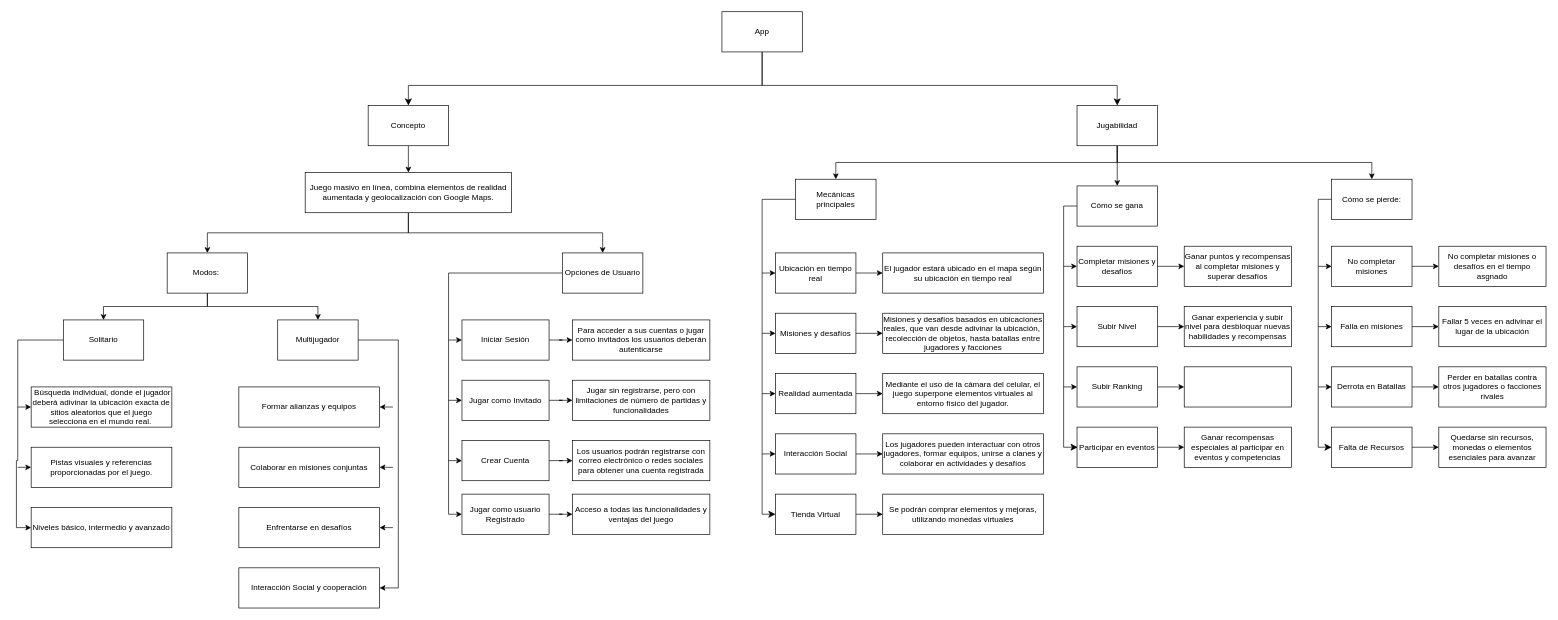
Before: page "Concepto-mecanicas" (1 of 2) of Diagrama sin título.drawio in LizzColDev/diagramas, a draw.io diagram. Source tidied: cells renumbered, new cells numbered last; positions are measured from the earlier drawing's top-left corner, leaving out a move shared by most shapes. Both pictures are drawn from the tidied source at 67%, with x=0, y=0 at pixel (16, 11).
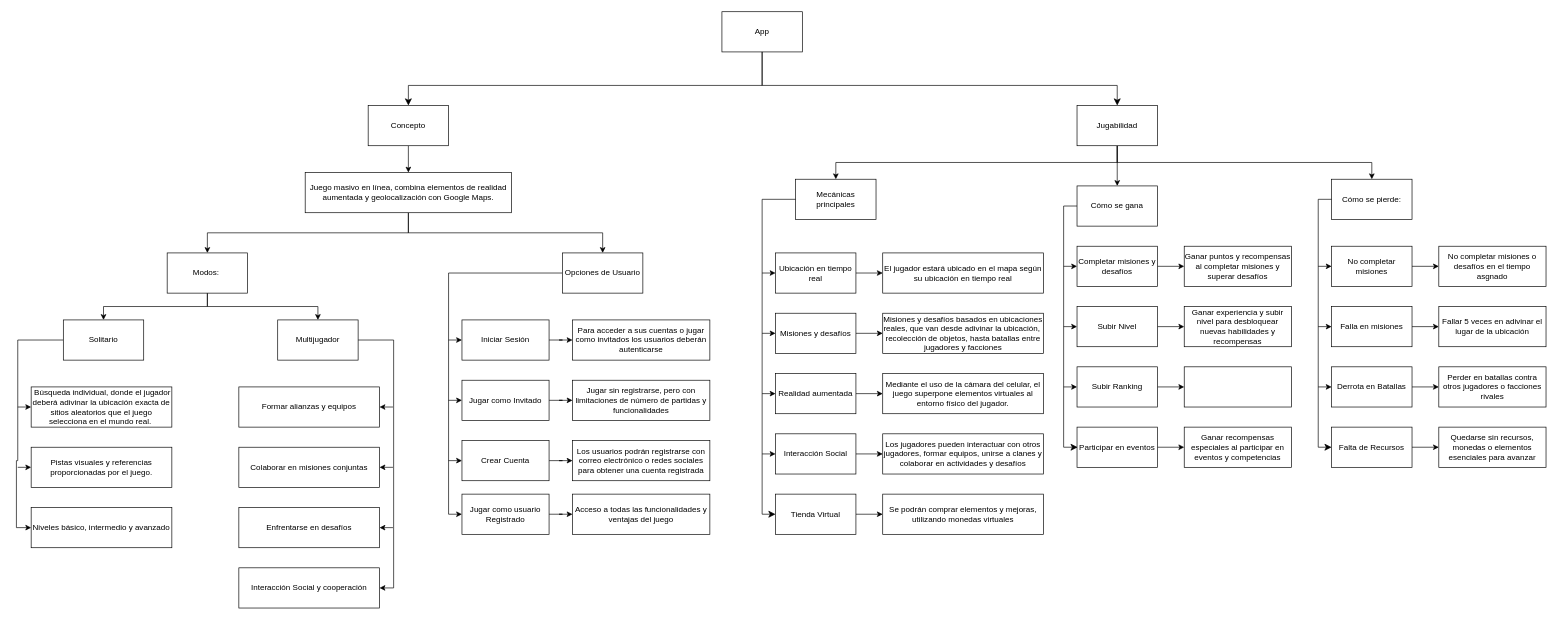
The same page after the edit.

The change refers to these unchanged cells:
```xml
<mxCell id="13" value="Multijugador" style="whiteSpace=wrap;html=1;rounded=0;" parent="1" vertex="1">
  <mxGeometry x="390" y="460" width="120" height="60" as="geometry" />
</mxCell>
<mxCell id="50" value="Interacción Social y cooperación" style="whiteSpace=wrap;html=1;rounded=0;" parent="1" vertex="1">
  <mxGeometry x="332" y="830" width="210" height="60" as="geometry" />
</mxCell>
```

The edit, as a diff of the source:
```diff
@@
     <mxCell id="12" style="edgeStyle=orthogonalEdgeStyle;rounded=0;jettySize=auto;html=1;entryX=1;entryY=0.5;entryDx=0;entryDy=0;exitX=1;exitY=0.5;exitDx=0;exitDy=0;" parent="1" edge="1" source="13" target="50">
       <mxGeometry relative="1" as="geometry">
         <Array as="points">
-          <mxPoint x="570" y="490" />
-          <mxPoint x="570" y="860" />
+          <mxPoint x="563" y="490" />
+          <mxPoint x="563" y="860" />
         </Array>
       </mxGeometry>
     </mxCell>
@@
-    <mxCell id="86" value="Ganar experiencia y subir nivel para desbloquar nuevas habilidades y recompensas" style="whiteSpace=wrap;html=1;rounded=0;" parent="1" vertex="1">
+    <mxCell id="86" value="Ganar experiencia y subir nivel para desbloquear nuevas habilidades y recompensas" style="whiteSpace=wrap;html=1;rounded=0;" parent="1" vertex="1">
       <mxGeometry x="1743" y="440" width="160" height="60" as="geometry" />
     </mxCell>
```
